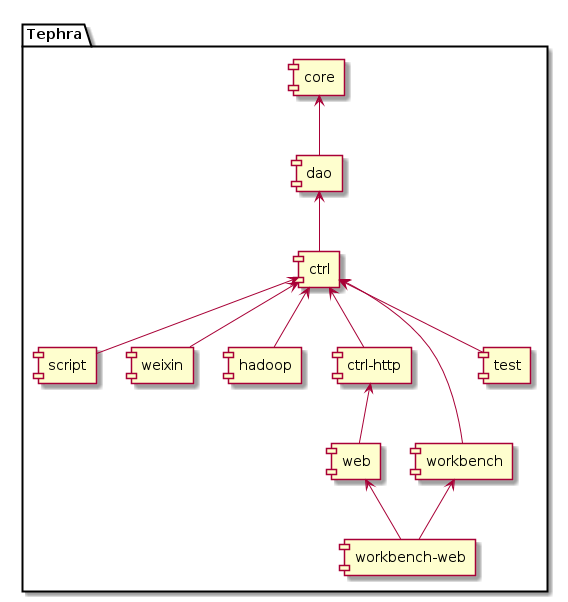
Above: doc/uml/front/first/module.png in wangscript007/tephra (PlantUML), before the change. Its diagram source:
```plantuml
@startuml

package Tephra {
[core]
[core] <-- [dao]
[dao] <-- [ctrl]
[ctrl] <-- [script]
[ctrl] <-- [weixin]
[ctrl] <-- [hadoop]
[ctrl] <-- [ctrl-http]
[ctrl-http] <-- [web]
[ctrl] <-- [workbench]
[workbench] <-- [workbench-web]
[web] <-- [workbench-web]
[ctrl] <-- [test]
}

@enduml
```
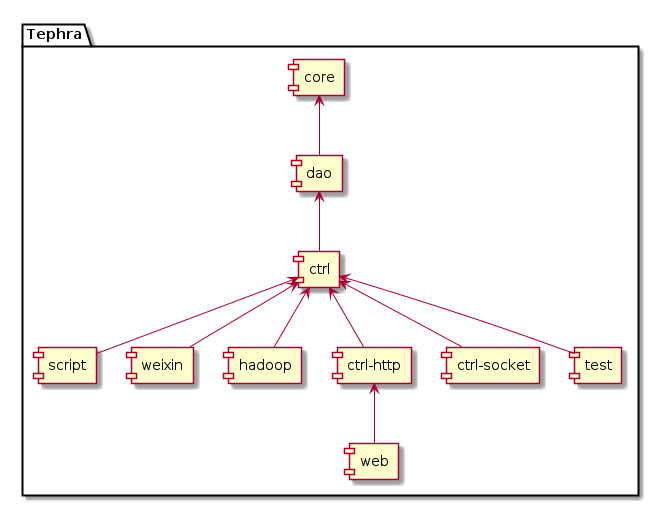
The same diagram one commit later.

The edit, as a diff of the source:
```diff
@@ -8,10 +8,8 @@
 [ctrl] <-- [weixin]
 [ctrl] <-- [hadoop]
 [ctrl] <-- [ctrl-http]
+[ctrl] <-- [ctrl-socket]
 [ctrl-http] <-- [web]
-[ctrl] <-- [workbench]
-[workbench] <-- [workbench-web]
-[web] <-- [workbench-web]
 [ctrl] <-- [test]
 }
 
```
